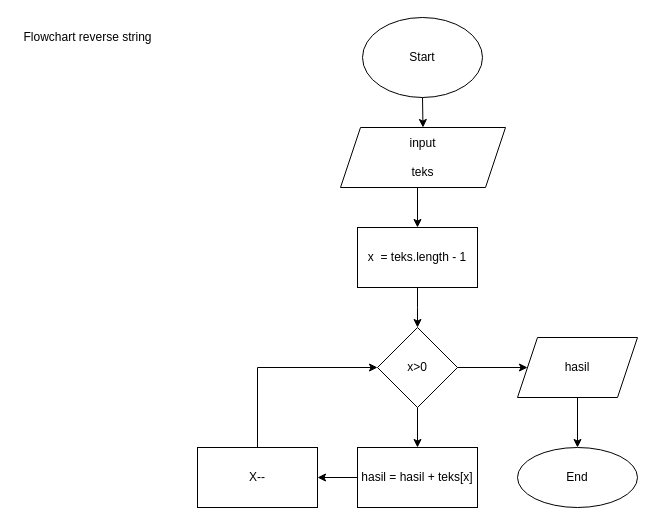
The draw.io diagram Reverse String.drawio in aviantofan/fw5-algoritma, before the edit. Source tidied: cells renumbered, new cells numbered last; positions are measured from the earlier drawing's top-left corner, leaving out a move shared by most shapes. Both pictures are drawn from the tidied source at 100%, with x=0, y=0 at pixel (17, 17).
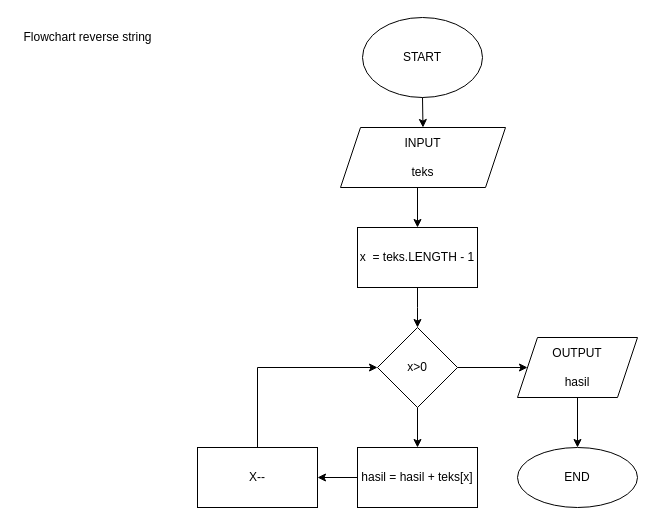
After the change.

Diff of the diagram source:
```diff
@@
-    <mxCell id="2" value="Start" style="ellipse;whiteSpace=wrap;html=1;" parent="1" vertex="1">
+    <mxCell id="2" value="START" style="ellipse;whiteSpace=wrap;html=1;" parent="1" vertex="1">
       <mxGeometry x="345" width="120" height="80" as="geometry" />
     </mxCell>
-    <mxCell id="3" value="input&lt;br&gt;&amp;nbsp;&lt;br&gt;teks" style="shape=parallelogram;perimeter=parallelogramPerimeter;whiteSpace=wrap;html=1;fixedSize=1;" parent="1" vertex="1">
+    <mxCell id="3" value="INPUT&lt;br&gt;&amp;nbsp;&lt;br&gt;teks" style="shape=parallelogram;perimeter=parallelogramPerimeter;whiteSpace=wrap;html=1;fixedSize=1;" parent="1" vertex="1">
       <mxGeometry x="323" y="110" width="165" height="60" as="geometry" />
     </mxCell>
@@
-    <mxCell id="5" value="x&amp;nbsp; = teks.length - 1" style="rounded=0;whiteSpace=wrap;html=1;" parent="1" vertex="1">
+    <mxCell id="5" value="x&amp;nbsp; = teks.LENGTH - 1" style="rounded=0;whiteSpace=wrap;html=1;" parent="1" vertex="1">
       <mxGeometry x="340" y="210" width="120" height="60" as="geometry" />
     </mxCell>
@@
-    <mxCell id="17" value="hasil" style="shape=parallelogram;perimeter=parallelogramPerimeter;whiteSpace=wrap;html=1;fixedSize=1;" parent="1" vertex="1">
+    <mxCell id="17" value="OUTPUT&lt;br&gt;&lt;br&gt;hasil" style="shape=parallelogram;perimeter=parallelogramPerimeter;whiteSpace=wrap;html=1;fixedSize=1;" parent="1" vertex="1">
       <mxGeometry x="500" y="320" width="120" height="60" as="geometry" />
     </mxCell>
-    <mxCell id="18" value="End" style="ellipse;whiteSpace=wrap;html=1;" parent="1" vertex="1">
+    <mxCell id="18" value="END" style="ellipse;whiteSpace=wrap;html=1;" parent="1" vertex="1">
       <mxGeometry x="500" y="430" width="120" height="60" as="geometry" />
     </mxCell>
```
